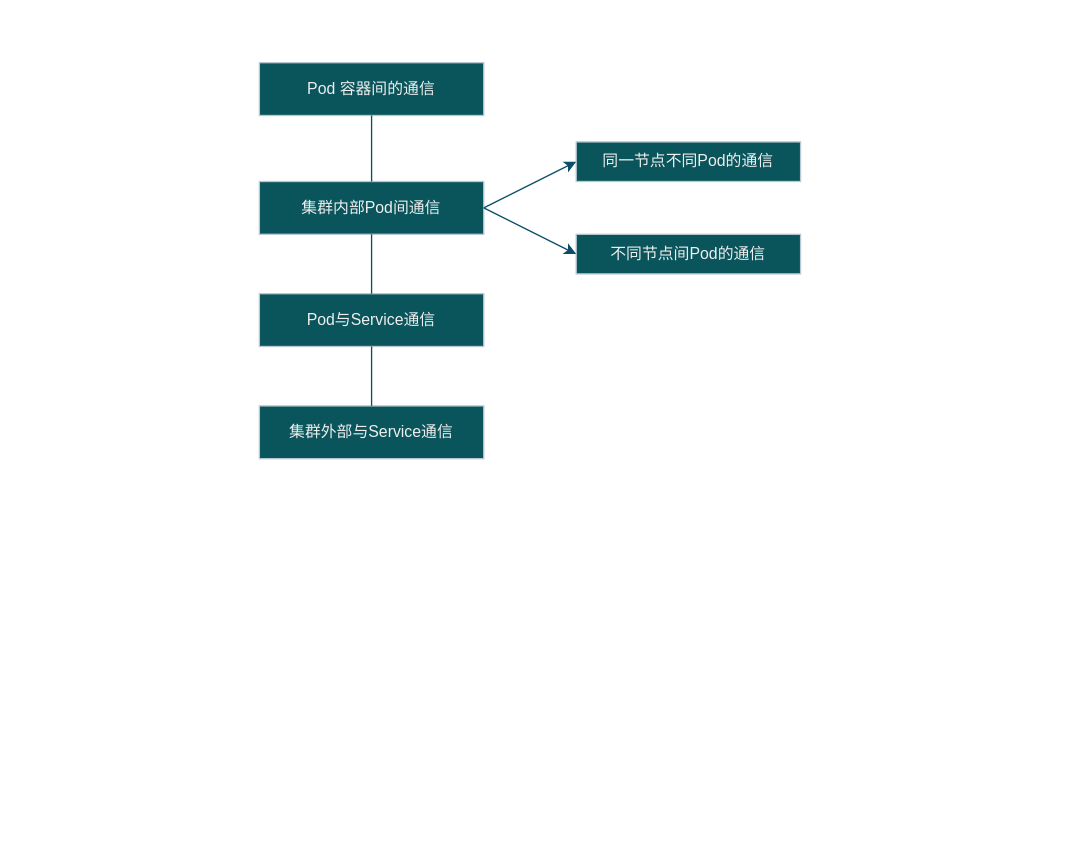
godzilla-s/lightly-cni keeps this draw.io diagram as page "k8s network" (8 of 14) of flows/流程图.drawio. Above is the earlier version. Source tidied: cells renumbered, new cells numbered last; positions are measured from the earlier drawing's top-left corner, leaving out a move shared by most shapes. Both pictures are drawn from the tidied source at 132%, with x=0, y=0 at pixel (259, 62).
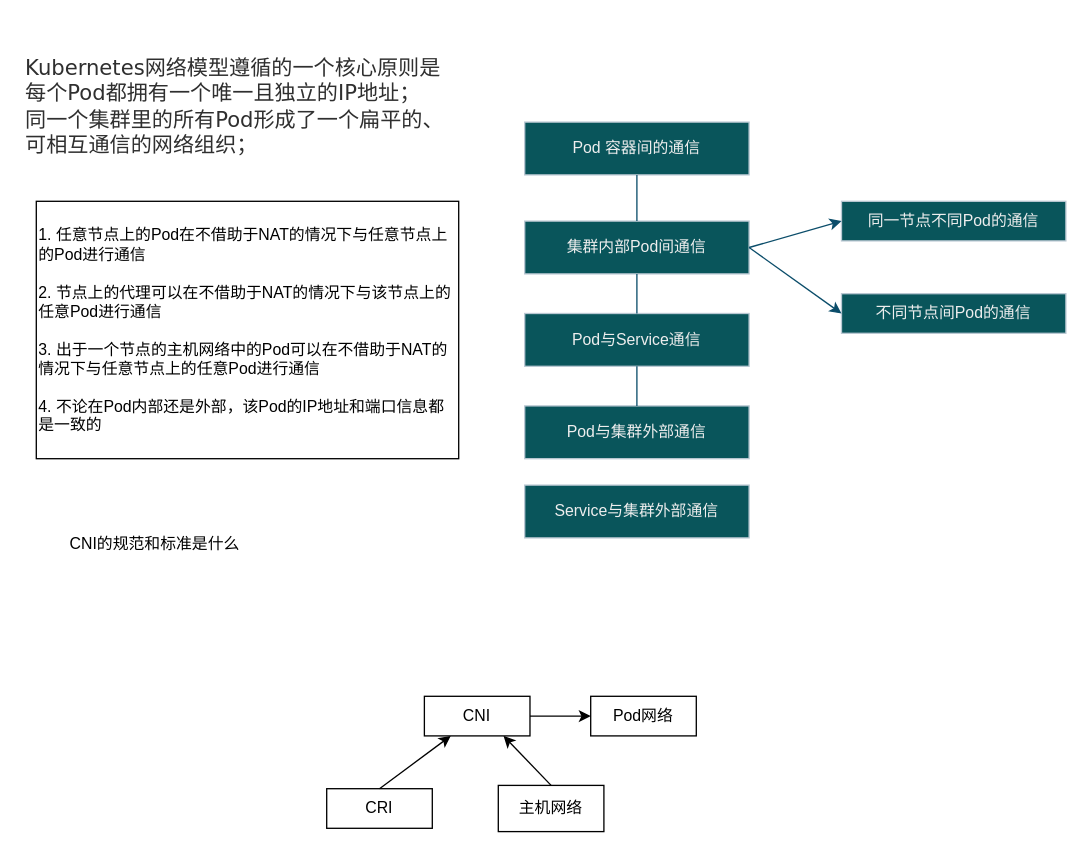
The same diagram, later.

Change to the diagram source:
```diff
@@
     <mxCell id="2" value="Pod 容器间的通信" style="rounded=0;whiteSpace=wrap;html=1;labelBackgroundColor=none;fillColor=#09555B;strokeColor=#BAC8D3;fontColor=#EEEEEE;" parent="1" vertex="1">
-      <mxGeometry width="170" height="40" as="geometry" />
+      <mxGeometry x="201" y="45" width="170" height="40" as="geometry" />
     </mxCell>
     <mxCell id="3" value="同一节点不同Pod的通信" style="rounded=0;whiteSpace=wrap;html=1;labelBackgroundColor=none;fillColor=#09555B;strokeColor=#BAC8D3;fontColor=#EEEEEE;" parent="1" vertex="1">
-      <mxGeometry x="240" y="60" width="170" height="30" as="geometry" />
+      <mxGeometry x="441" y="105" width="170" height="30" as="geometry" />
     </mxCell>
     <mxCell id="4" value="不同节点间Pod的通信" style="rounded=0;whiteSpace=wrap;html=1;labelBackgroundColor=none;fillColor=#09555B;strokeColor=#BAC8D3;fontColor=#EEEEEE;" parent="1" vertex="1">
-      <mxGeometry x="240" y="130" width="170" height="30" as="geometry" />
+      <mxGeometry x="441" y="175" width="170" height="30" as="geometry" />
     </mxCell>
     <mxCell id="5" value="Pod与Service通信" style="rounded=0;whiteSpace=wrap;html=1;labelBackgroundColor=none;fillColor=#09555B;strokeColor=#BAC8D3;fontColor=#EEEEEE;" parent="1" vertex="1">
-      <mxGeometry y="175" width="170" height="40" as="geometry" />
+      <mxGeometry x="201" y="190" width="170" height="40" as="geometry" />
     </mxCell>
     <mxCell id="6" value="集群内部Pod间通信" style="rounded=0;whiteSpace=wrap;html=1;labelBackgroundColor=none;fillColor=#09555B;strokeColor=#BAC8D3;fontColor=#EEEEEE;" parent="1" vertex="1">
-      <mxGeometry y="90" width="170" height="40" as="geometry" />
+      <mxGeometry x="201" y="120" width="170" height="40" as="geometry" />
     </mxCell>
-    <mxCell id="7" value="集群外部与Service通信" style="rounded=0;whiteSpace=wrap;html=1;labelBackgroundColor=none;fillColor=#09555B;strokeColor=#BAC8D3;fontColor=#EEEEEE;" parent="1" vertex="1">
-      <mxGeometry y="260" width="170" height="40" as="geometry" />
+    <mxCell id="7" value="Pod与集群外部通信" style="rounded=0;whiteSpace=wrap;html=1;labelBackgroundColor=none;fillColor=#09555B;strokeColor=#BAC8D3;fontColor=#EEEEEE;" parent="1" vertex="1">
+      <mxGeometry x="201" y="260" width="170" height="40" as="geometry" />
     </mxCell>
@@
+    <mxCell id="13" value="&lt;span style=&quot;color: rgb(47, 47, 47); font-family: Raleway, Verdana, sans-serif, 宋体, serif, &amp;quot;Droid Serif&amp;quot;, &amp;quot;Helvetica Neue&amp;quot;, Helvetica, Arial; font-size: 16px;&quot;&gt;Kubernetes网络模型遵循的一个核心原则是每个Pod都拥有一个唯一且独立的IP地址；&lt;/span&gt;&lt;span style=&quot;color: rgb(47, 47, 47); font-family: Raleway, Verdana, sans-serif, 宋体, serif, &amp;quot;Droid Serif&amp;quot;, &amp;quot;Helvetica Neue&amp;quot;, Helvetica, Arial; font-size: 16px;&quot;&gt;&lt;br&gt;同一个集群里的所有Pod形成了一个扁平的、可相互通信的网络组织；&lt;/span&gt;" style="text;html=1;strokeColor=none;fillColor=none;align=left;verticalAlign=middle;whiteSpace=wrap;rounded=0;" parent="1" vertex="1">
+      <mxGeometry x="-179" y="-30" width="320" height="125" as="geometry" />
+    </mxCell>
+    <mxCell id="14" value="1. 任意节点上的Pod在不借助于NAT的情况下与任意节点上的Pod进行通信&lt;br&gt;&lt;br&gt;2. 节点上的代理可以在不借助于NAT的情况下与该节点上的任意Pod进行通信&lt;br&gt;&lt;br&gt;3. 出于一个节点的主机网络中的Pod可以在不借助于NAT的情况下与任意节点上的任意Pod进行通信&lt;br&gt;&lt;br&gt;4. 不论在Pod内部还是外部，该Pod的IP地址和端口信息都是一致的" style="rounded=0;whiteSpace=wrap;html=1;align=left;" parent="1" vertex="1">
+      <mxGeometry x="-169" y="105" width="320" height="195" as="geometry" />
+    </mxCell>
+    <mxCell id="15" value="Service与集群外部通信" style="rounded=0;whiteSpace=wrap;html=1;labelBackgroundColor=none;fillColor=#09555B;strokeColor=#BAC8D3;fontColor=#EEEEEE;" parent="1" vertex="1">
+      <mxGeometry x="201" y="320" width="170" height="40" as="geometry" />
+    </mxCell>
+    <mxCell id="16" value="CNI的规范和标准是什么" style="text;html=1;strokeColor=none;fillColor=none;align=center;verticalAlign=middle;whiteSpace=wrap;rounded=0;" parent="1" vertex="1">
+      <mxGeometry x="-179" y="350" width="200" height="30" as="geometry" />
+    </mxCell>
+    <mxCell id="17" value="主机网络" style="rounded=0;whiteSpace=wrap;html=1;" parent="1" vertex="1">
+      <mxGeometry x="181" y="547.5" width="80" height="35" as="geometry" />
+    </mxCell>
+    <mxCell id="18" value="Pod网络" style="rounded=0;whiteSpace=wrap;html=1;" parent="1" vertex="1">
+      <mxGeometry x="251" y="480" width="80" height="30" as="geometry" />
+    </mxCell>
+    <mxCell id="19" value="CRI" style="rounded=0;whiteSpace=wrap;html=1;" parent="1" vertex="1">
+      <mxGeometry x="51" y="550" width="80" height="30" as="geometry" />
+    </mxCell>
+    <mxCell id="20" value="CNI" style="rounded=0;whiteSpace=wrap;html=1;" parent="1" vertex="1">
+      <mxGeometry x="125" y="480" width="80" height="30" as="geometry" />
+    </mxCell>
+    <mxCell id="21" style="endArrow=classic;html=1;rounded=0;entryX=0.25;entryY=1;entryDx=0;entryDy=0;exitX=0.5;exitY=0;exitDx=0;exitDy=0;" parent="1" edge="1" source="19" target="20">
+      <mxGeometry relative="1" as="geometry" />
+    </mxCell>
+    <mxCell id="22" style="endArrow=classic;html=1;rounded=0;entryX=0.75;entryY=1;entryDx=0;entryDy=0;exitX=0.5;exitY=0;exitDx=0;exitDy=0;" parent="1" edge="1" source="17" target="20">
+      <mxGeometry relative="1" as="geometry" />
+    </mxCell>
+    <mxCell id="23" style="endArrow=classic;html=1;rounded=0;exitX=1;exitY=0.5;exitDx=0;exitDy=0;entryX=0;entryY=0.5;entryDx=0;entryDy=0;" parent="1" edge="1" source="20" target="18">
+      <mxGeometry relative="1" as="geometry" />
+    </mxCell>
```
